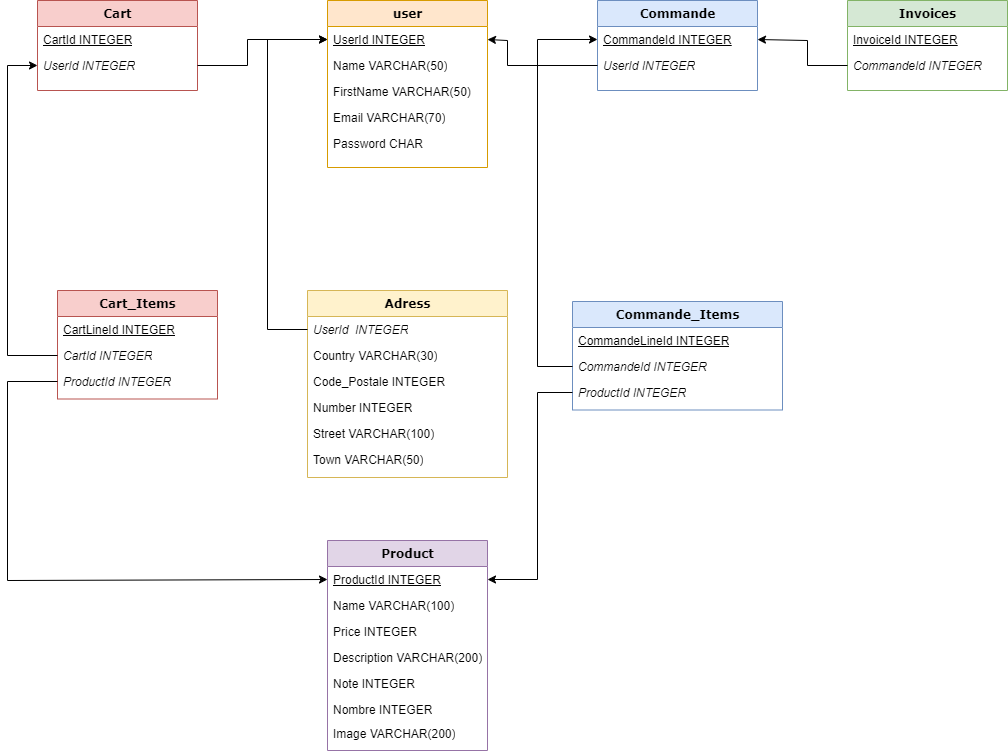
Yann-Fournier/e-commerce-SQL keeps this draw.io diagram as MCD.drawio.png. Above is the earlier version. Source tidied: cells renumbered, new cells last; positions are measured from the earlier drawing's top-left corner, leaving out a move shared by most shapes. Its diagram source:
```xml
<mxGraphModel>
  <root>
    <mxCell id="0" />
    <mxCell id="1" parent="0" />
    <mxCell id="2" value="user" style="swimlane;html=1;fontStyle=1;align=center;verticalAlign=top;horizontal=1;startSize=26;swimlaneFillColor=#ffffff;rounded=0;shadow=0;comic=0;labelBackgroundColor=none;strokeWidth=1;fillColor=#ffe6cc;fontFamily=Verdana;fontSize=12;strokeColor=#d79b00;" parent="1" vertex="1">
      <mxGeometry x="320" width="160" height="167" as="geometry" />
    </mxCell>
    <mxCell id="3" value="&lt;u&gt;UserId INTEGER&lt;/u&gt;" style="text;html=1;strokeColor=none;fillColor=none;align=left;verticalAlign=top;spacingLeft=4;spacingRight=4;whiteSpace=wrap;overflow=hidden;points=[[0,0.5],[1,0.5]];portConstraint=eastwest;" parent="2" vertex="1">
      <mxGeometry y="26" width="160" height="26" as="geometry" />
    </mxCell>
    <mxCell id="4" value="Name VARCHAR(50)" style="text;html=1;strokeColor=none;fillColor=none;align=left;verticalAlign=top;spacingLeft=4;spacingRight=4;whiteSpace=wrap;overflow=hidden;" parent="2" vertex="1">
      <mxGeometry y="52" width="160" height="26" as="geometry" />
    </mxCell>
    <mxCell id="5" value="FirstName VARCHAR(50)" style="text;html=1;strokeColor=none;fillColor=none;align=left;verticalAlign=top;spacingLeft=4;spacingRight=4;whiteSpace=wrap;overflow=hidden;" parent="2" vertex="1">
      <mxGeometry y="78" width="160" height="26" as="geometry" />
    </mxCell>
    <mxCell id="6" value="Email VARCHAR(70)" style="text;html=1;strokeColor=none;fillColor=none;align=left;verticalAlign=top;spacingLeft=4;spacingRight=4;whiteSpace=wrap;overflow=hidden;" parent="2" vertex="1">
      <mxGeometry y="104" width="160" height="26" as="geometry" />
    </mxCell>
    <mxCell id="7" value="Password CHAR" style="text;html=1;strokeColor=none;fillColor=none;align=left;verticalAlign=top;spacingLeft=4;spacingRight=4;whiteSpace=wrap;overflow=hidden;" parent="2" vertex="1">
      <mxGeometry y="130" width="160" height="26" as="geometry" />
    </mxCell>
    <mxCell id="8" value="Adress" style="swimlane;html=1;fontStyle=1;align=center;verticalAlign=top;horizontal=1;startSize=26;swimlaneFillColor=#ffffff;rounded=0;shadow=0;comic=0;labelBackgroundColor=none;strokeWidth=1;fillColor=#fff2cc;fontFamily=Verdana;fontSize=12;strokeColor=#d6b656;" parent="1" vertex="1">
      <mxGeometry x="300" y="290" width="200" height="187" as="geometry" />
    </mxCell>
    <mxCell id="9" value="&lt;i&gt;UserId&amp;nbsp; INTEGER&lt;/i&gt;" style="text;html=1;strokeColor=none;fillColor=none;align=left;verticalAlign=top;spacingLeft=4;spacingRight=4;whiteSpace=wrap;overflow=hidden;points=[[0,0.5],[1,0.5]];portConstraint=eastwest;" parent="8" vertex="1">
      <mxGeometry y="26" width="200" height="26" as="geometry" />
    </mxCell>
    <mxCell id="10" value="Country VARCHAR(30)" style="text;html=1;strokeColor=none;fillColor=none;align=left;verticalAlign=top;spacingLeft=4;spacingRight=4;whiteSpace=wrap;overflow=hidden;" parent="8" vertex="1">
      <mxGeometry y="52" width="200" height="26" as="geometry" />
    </mxCell>
    <mxCell id="11" value="Code_Postale INTEGER" style="text;html=1;strokeColor=none;fillColor=none;align=left;verticalAlign=top;spacingLeft=4;spacingRight=4;whiteSpace=wrap;overflow=hidden;" parent="8" vertex="1">
      <mxGeometry y="78" width="200" height="26" as="geometry" />
    </mxCell>
    <mxCell id="12" value="Number INTEGER" style="text;html=1;strokeColor=none;fillColor=none;align=left;verticalAlign=top;spacingLeft=4;spacingRight=4;whiteSpace=wrap;overflow=hidden;" parent="8" vertex="1">
      <mxGeometry y="104" width="200" height="26" as="geometry" />
    </mxCell>
    <mxCell id="13" value="Street VARCHAR(100)" style="text;html=1;strokeColor=none;fillColor=none;align=left;verticalAlign=top;spacingLeft=4;spacingRight=4;whiteSpace=wrap;overflow=hidden;" parent="8" vertex="1">
      <mxGeometry y="130" width="200" height="26" as="geometry" />
    </mxCell>
    <mxCell id="14" value="Town VARCHAR(50)" style="text;html=1;strokeColor=none;fillColor=none;align=left;verticalAlign=top;spacingLeft=4;spacingRight=4;whiteSpace=wrap;overflow=hidden;" parent="8" vertex="1">
      <mxGeometry y="156" width="200" height="26" as="geometry" />
    </mxCell>
    <mxCell id="15" value="Cart" style="swimlane;html=1;fontStyle=1;align=center;verticalAlign=top;horizontal=1;startSize=26;swimlaneFillColor=#ffffff;rounded=0;shadow=0;comic=0;labelBackgroundColor=none;strokeWidth=1;fillColor=#f8cecc;fontFamily=Verdana;fontSize=12;strokeColor=#b85450;" parent="1" vertex="1">
      <mxGeometry x="30" width="160" height="90" as="geometry" />
    </mxCell>
    <mxCell id="16" value="&lt;u&gt;CartId INTEGER&lt;/u&gt;" style="text;html=1;strokeColor=none;fillColor=none;align=left;verticalAlign=top;spacingLeft=4;spacingRight=4;whiteSpace=wrap;overflow=hidden;" parent="15" vertex="1">
      <mxGeometry y="26" width="160" height="26" as="geometry" />
    </mxCell>
    <mxCell id="17" value="&lt;i&gt;UserId INTEGER&lt;/i&gt;" style="text;html=1;strokeColor=none;fillColor=none;align=left;verticalAlign=top;spacingLeft=4;spacingRight=4;whiteSpace=wrap;overflow=hidden;points=[[0,0.5],[1,0.5]];portConstraint=eastwest;" parent="15" vertex="1">
      <mxGeometry y="52" width="160" height="26" as="geometry" />
    </mxCell>
    <mxCell id="18" value="Commande" style="swimlane;html=1;fontStyle=1;align=center;verticalAlign=top;horizontal=1;startSize=26;swimlaneFillColor=#ffffff;rounded=0;shadow=0;comic=0;labelBackgroundColor=none;strokeWidth=1;fillColor=#dae8fc;fontFamily=Verdana;fontSize=12;strokeColor=#6c8ebf;" parent="1" vertex="1">
      <mxGeometry x="590" width="160" height="90" as="geometry" />
    </mxCell>
    <mxCell id="19" value="&lt;u&gt;CommandeId INTEGER&lt;/u&gt;" style="text;html=1;align=left;verticalAlign=top;spacingLeft=4;spacingRight=4;whiteSpace=wrap;overflow=hidden;points=[[0,0.5],[1,0.5]];portConstraint=eastwest;" parent="18" vertex="1">
      <mxGeometry y="26" width="160" height="26" as="geometry" />
    </mxCell>
    <mxCell id="20" value="&lt;i&gt;UserId INTEGER&lt;/i&gt;" style="text;html=1;strokeColor=none;fillColor=none;align=left;verticalAlign=top;spacingLeft=4;spacingRight=4;whiteSpace=wrap;overflow=hidden;points=[[0,0.5],[1,0.5]];portConstraint=eastwest;" parent="18" vertex="1">
      <mxGeometry y="52" width="160" height="26" as="geometry" />
    </mxCell>
    <mxCell id="21" value="Invoices" style="swimlane;html=1;fontStyle=1;align=center;verticalAlign=top;horizontal=1;startSize=26;swimlaneFillColor=#ffffff;rounded=0;shadow=0;comic=0;labelBackgroundColor=none;strokeWidth=1;fillColor=#d5e8d4;fontFamily=Verdana;fontSize=12;strokeColor=#82b366;" parent="1" vertex="1">
      <mxGeometry x="840" width="160" height="90" as="geometry" />
    </mxCell>
    <mxCell id="22" value="&lt;u&gt;InvoiceId INTEGER&lt;/u&gt;" style="text;html=1;strokeColor=none;fillColor=none;align=left;verticalAlign=top;spacingLeft=4;spacingRight=4;whiteSpace=wrap;overflow=hidden;" parent="21" vertex="1">
      <mxGeometry y="26" width="160" height="26" as="geometry" />
    </mxCell>
    <mxCell id="23" value="&lt;i&gt;CommandeId INTEGER&lt;/i&gt;" style="text;html=1;strokeColor=none;fillColor=none;align=left;verticalAlign=top;spacingLeft=4;spacingRight=4;whiteSpace=wrap;overflow=hidden;points=[[0,0.5],[1,0.5]];portConstraint=eastwest;" parent="21" vertex="1">
      <mxGeometry y="52" width="160" height="26" as="geometry" />
    </mxCell>
    <mxCell id="24" value="Product" style="swimlane;html=1;fontStyle=1;align=center;verticalAlign=top;horizontal=1;startSize=26;swimlaneFillColor=#ffffff;rounded=0;shadow=0;comic=0;labelBackgroundColor=none;strokeWidth=1;fillColor=#e1d5e7;fontFamily=Verdana;fontSize=12;strokeColor=#9673a6;" parent="1" vertex="1">
      <mxGeometry x="320" y="540" width="160" height="210" as="geometry" />
    </mxCell>
    <mxCell id="25" value="&lt;u&gt;ProductId INTEGER&lt;/u&gt;" style="text;html=1;strokeColor=none;fillColor=none;align=left;verticalAlign=top;spacingLeft=4;spacingRight=4;whiteSpace=wrap;overflow=hidden;points=[[0,0.5],[1,0.5]];portConstraint=eastwest;" parent="24" vertex="1">
      <mxGeometry y="26" width="160" height="26" as="geometry" />
    </mxCell>
    <mxCell id="26" value="Name VARCHAR(100)" style="text;html=1;strokeColor=none;fillColor=none;align=left;verticalAlign=top;spacingLeft=4;spacingRight=4;whiteSpace=wrap;overflow=hidden;" parent="24" vertex="1">
      <mxGeometry y="52" width="160" height="26" as="geometry" />
    </mxCell>
    <mxCell id="27" value="Price INTEGER" style="text;html=1;strokeColor=none;fillColor=none;align=left;verticalAlign=top;spacingLeft=4;spacingRight=4;whiteSpace=wrap;overflow=hidden;" parent="24" vertex="1">
      <mxGeometry y="78" width="160" height="26" as="geometry" />
    </mxCell>
    <mxCell id="28" value="Description VARCHAR(200)" style="text;html=1;strokeColor=none;fillColor=none;align=left;verticalAlign=top;spacingLeft=4;spacingRight=4;whiteSpace=wrap;overflow=hidden;" parent="24" vertex="1">
      <mxGeometry y="104" width="160" height="26" as="geometry" />
    </mxCell>
    <mxCell id="29" value="Note INTEGER" style="text;html=1;strokeColor=none;fillColor=none;align=left;verticalAlign=top;spacingLeft=4;spacingRight=4;whiteSpace=wrap;overflow=hidden;" parent="24" vertex="1">
      <mxGeometry y="130" width="160" height="26" as="geometry" />
    </mxCell>
    <mxCell id="30" value="Nombre INTEGER" style="text;html=1;strokeColor=none;fillColor=none;align=left;verticalAlign=top;spacingLeft=4;spacingRight=4;whiteSpace=wrap;overflow=hidden;" parent="24" vertex="1">
      <mxGeometry y="156" width="160" height="24" as="geometry" />
    </mxCell>
    <mxCell id="31" value="Image VARCHAR(200)" style="text;html=1;strokeColor=none;fillColor=none;align=left;verticalAlign=top;spacingLeft=4;spacingRight=4;whiteSpace=wrap;overflow=hidden;" parent="24" vertex="1">
      <mxGeometry y="180" width="160" height="24" as="geometry" />
    </mxCell>
    <mxCell id="32" value="Cart_Items" style="swimlane;html=1;fontStyle=1;align=center;verticalAlign=top;horizontal=1;startSize=26;swimlaneFillColor=#ffffff;rounded=0;shadow=0;comic=0;labelBackgroundColor=none;strokeWidth=1;fillColor=#f8cecc;fontFamily=Verdana;fontSize=12;strokeColor=#b85450;" parent="1" vertex="1">
      <mxGeometry x="50" y="290" width="160" height="108.5" as="geometry" />
    </mxCell>
    <mxCell id="33" value="&lt;u&gt;CartLineId INTEGER&lt;/u&gt;" style="text;html=1;strokeColor=none;fillColor=none;align=left;verticalAlign=top;spacingLeft=4;spacingRight=4;whiteSpace=wrap;overflow=hidden;" parent="32" vertex="1">
      <mxGeometry y="26" width="160" height="26" as="geometry" />
    </mxCell>
    <mxCell id="34" value="&lt;i&gt;CartId INTEGER&lt;/i&gt;" style="text;html=1;strokeColor=none;fillColor=none;align=left;verticalAlign=top;spacingLeft=4;spacingRight=4;whiteSpace=wrap;overflow=hidden;points=[[0,0.5],[1,0.5]];portConstraint=eastwest;" parent="32" vertex="1">
      <mxGeometry y="52" width="160" height="26" as="geometry" />
    </mxCell>
    <mxCell id="35" value="&lt;i&gt;ProductId INTEGER&lt;/i&gt;" style="text;html=1;strokeColor=none;fillColor=none;align=left;verticalAlign=top;spacingLeft=4;spacingRight=4;whiteSpace=wrap;overflow=hidden;points=[[0,0.5],[1,0.5]];portConstraint=eastwest;" parent="32" vertex="1">
      <mxGeometry y="78" width="160" height="26" as="geometry" />
    </mxCell>
    <mxCell id="36" value="Commande_Items" style="swimlane;html=1;fontStyle=1;align=center;verticalAlign=top;horizontal=1;startSize=26;swimlaneFillColor=#ffffff;rounded=0;shadow=0;comic=0;labelBackgroundColor=none;strokeWidth=1;fillColor=#dae8fc;fontFamily=Verdana;fontSize=12;strokeColor=#6c8ebf;" parent="1" vertex="1">
      <mxGeometry x="565" y="301" width="210" height="108.5" as="geometry" />
    </mxCell>
    <mxCell id="37" value="&lt;u&gt;CommandeLineId INTEGER&lt;/u&gt;" style="text;html=1;strokeColor=none;fillColor=none;align=left;verticalAlign=top;spacingLeft=4;spacingRight=4;whiteSpace=wrap;overflow=hidden;" parent="36" vertex="1">
      <mxGeometry y="26" width="210" height="26" as="geometry" />
    </mxCell>
    <mxCell id="38" value="&lt;i&gt;CommandeId INTEGER&lt;/i&gt;" style="text;html=1;strokeColor=none;fillColor=none;align=left;verticalAlign=top;spacingLeft=4;spacingRight=4;whiteSpace=wrap;overflow=hidden;points=[[0,0.5],[1,0.5]];portConstraint=eastwest;" parent="36" vertex="1">
      <mxGeometry y="52" width="210" height="26" as="geometry" />
    </mxCell>
    <mxCell id="39" value="&lt;i&gt;ProductId INTEGER&lt;/i&gt;" style="text;html=1;strokeColor=none;fillColor=none;align=left;verticalAlign=top;spacingLeft=4;spacingRight=4;whiteSpace=wrap;overflow=hidden;points=[[0,0.5],[1,0.5]];portConstraint=eastwest;" parent="36" vertex="1">
      <mxGeometry y="78" width="210" height="26" as="geometry" />
    </mxCell>
    <mxCell id="40" style="endArrow=classic;html=1;rounded=0;entryX=0;entryY=0.5;entryDx=0;entryDy=0;exitX=0;exitY=0.5;exitDx=0;exitDy=0;" parent="1" edge="1" source="9" target="3">
      <mxGeometry relative="1" as="geometry">
        <Array as="points">
          <mxPoint x="260" y="329" />
          <mxPoint x="260" y="39" />
        </Array>
      </mxGeometry>
    </mxCell>
    <mxCell id="41" style="endArrow=classic;html=1;rounded=0;entryX=0;entryY=0.5;entryDx=0;entryDy=0;exitX=1;exitY=0.5;exitDx=0;exitDy=0;" parent="1" edge="1" source="17" target="3">
      <mxGeometry relative="1" as="geometry">
        <Array as="points">
          <mxPoint x="240" y="65" />
          <mxPoint x="240" y="39" />
        </Array>
      </mxGeometry>
    </mxCell>
    <mxCell id="42" style="endArrow=classic;html=1;rounded=0;entryX=1;entryY=0.5;entryDx=0;entryDy=0;exitX=0;exitY=0.5;exitDx=0;exitDy=0;" parent="1" edge="1" source="20" target="3">
      <mxGeometry relative="1" as="geometry">
        <Array as="points">
          <mxPoint x="500" y="65" />
          <mxPoint x="500" y="40" />
        </Array>
      </mxGeometry>
    </mxCell>
    <mxCell id="43" style="endArrow=classic;html=1;rounded=0;entryX=1;entryY=0.5;entryDx=0;entryDy=0;exitX=0;exitY=0.5;exitDx=0;exitDy=0;" parent="1" edge="1" source="23" target="19">
      <mxGeometry relative="1" as="geometry">
        <Array as="points">
          <mxPoint x="800" y="65" />
          <mxPoint x="800" y="40" />
        </Array>
      </mxGeometry>
    </mxCell>
    <mxCell id="44" style="endArrow=classic;html=1;rounded=0;entryX=0;entryY=0.5;entryDx=0;entryDy=0;exitX=0;exitY=0.5;exitDx=0;exitDy=0;" parent="1" edge="1" source="35" target="25">
      <mxGeometry relative="1" as="geometry">
        <Array as="points">
          <mxPoint y="381" />
          <mxPoint y="580" />
        </Array>
      </mxGeometry>
    </mxCell>
    <mxCell id="45" style="endArrow=classic;html=1;rounded=0;entryX=0;entryY=0.5;entryDx=0;entryDy=0;exitX=0;exitY=0.5;exitDx=0;exitDy=0;" parent="1" edge="1" source="34" target="17">
      <mxGeometry relative="1" as="geometry">
        <Array as="points">
          <mxPoint y="355" />
          <mxPoint y="65" />
        </Array>
      </mxGeometry>
    </mxCell>
    <mxCell id="46" style="endArrow=classic;html=1;rounded=0;entryX=1;entryY=0.5;entryDx=0;entryDy=0;exitX=0;exitY=0.5;exitDx=0;exitDy=0;" parent="1" edge="1" source="39" target="25">
      <mxGeometry relative="1" as="geometry">
        <Array as="points">
          <mxPoint x="530" y="392" />
          <mxPoint x="530" y="579" />
        </Array>
      </mxGeometry>
    </mxCell>
    <mxCell id="47" style="endArrow=classic;html=1;rounded=0;entryX=0;entryY=0.5;entryDx=0;entryDy=0;exitX=0;exitY=0.5;exitDx=0;exitDy=0;" parent="1" edge="1" source="38" target="19">
      <mxGeometry relative="1" as="geometry">
        <Array as="points">
          <mxPoint x="530" y="366" />
          <mxPoint x="530" y="39" />
        </Array>
      </mxGeometry>
    </mxCell>
  </root>
</mxGraphModel>
```
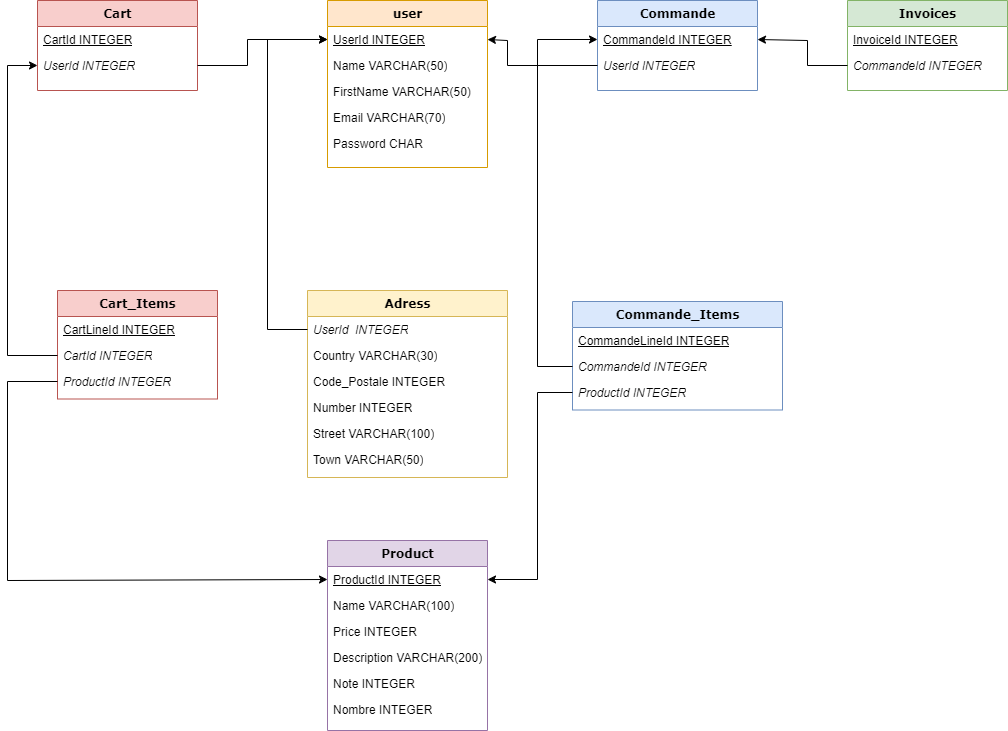
Later version of the same file.

Commit message:
change product table

What changed in the source:
```diff
@@ -69,7 +69,7 @@
       <mxGeometry y="52" width="160" height="26" as="geometry" />
     </mxCell>
     <mxCell id="24" value="Product" style="swimlane;html=1;fontStyle=1;align=center;verticalAlign=top;horizontal=1;startSize=26;swimlaneFillColor=#ffffff;rounded=0;shadow=0;comic=0;labelBackgroundColor=none;strokeWidth=1;fillColor=#e1d5e7;fontFamily=Verdana;fontSize=12;strokeColor=#9673a6;" parent="1" vertex="1">
-      <mxGeometry x="320" y="540" width="160" height="210" as="geometry" />
+      <mxGeometry x="320" y="540" width="160" height="190" as="geometry" />
     </mxCell>
     <mxCell id="25" value="&lt;u&gt;ProductId INTEGER&lt;/u&gt;" style="text;html=1;strokeColor=none;fillColor=none;align=left;verticalAlign=top;spacingLeft=4;spacingRight=4;whiteSpace=wrap;overflow=hidden;points=[[0,0.5],[1,0.5]];portConstraint=eastwest;" parent="24" vertex="1">
       <mxGeometry y="26" width="160" height="26" as="geometry" />
@@ -89,9 +89,6 @@
     <mxCell id="30" value="Nombre INTEGER" style="text;html=1;strokeColor=none;fillColor=none;align=left;verticalAlign=top;spacingLeft=4;spacingRight=4;whiteSpace=wrap;overflow=hidden;" parent="24" vertex="1">
       <mxGeometry y="156" width="160" height="24" as="geometry" />
     </mxCell>
-    <mxCell id="31" value="Image VARCHAR(200)" style="text;html=1;strokeColor=none;fillColor=none;align=left;verticalAlign=top;spacingLeft=4;spacingRight=4;whiteSpace=wrap;overflow=hidden;" parent="24" vertex="1">
-      <mxGeometry y="180" width="160" height="24" as="geometry" />
-    </mxCell>
     <mxCell id="32" value="Cart_Items" style="swimlane;html=1;fontStyle=1;align=center;verticalAlign=top;horizontal=1;startSize=26;swimlaneFillColor=#ffffff;rounded=0;shadow=0;comic=0;labelBackgroundColor=none;strokeWidth=1;fillColor=#f8cecc;fontFamily=Verdana;fontSize=12;strokeColor=#b85450;" parent="1" vertex="1">
       <mxGeometry x="50" y="290" width="160" height="108.5" as="geometry" />
     </mxCell>
```
